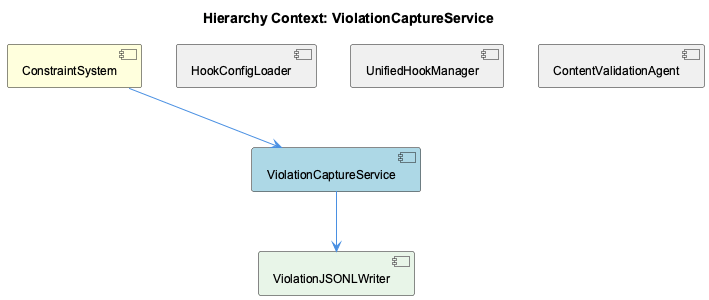
The PlantUML diagram knowledge-management/insights/images/violation-capture-service-relationship.png in fwornle/coding, before a commit.
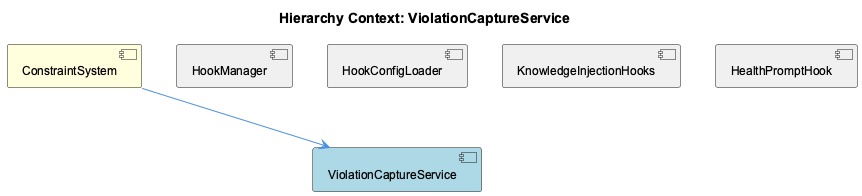
Above is the later version.

What changed in the source:
```diff
@@ -5,15 +5,15 @@
 
 [ConstraintSystem] as constraint_system #FFFFDD
 [ViolationCaptureService] as violation_capture_service #LightBlue
+[HookManager] as hook_manager #F0F0F0
 [HookConfigLoader] as hook_config_loader #F0F0F0
-[UnifiedHookManager] as unified_hook_manager #F0F0F0
-[ContentValidationAgent] as content_validation_agent #F0F0F0
-[ViolationJSONLWriter] as violation_jsonlwriter #E8F5E8
+[KnowledgeInjectionHooks] as knowledge_injection_hooks #F0F0F0
+[HealthPromptHook] as health_prompt_hook #F0F0F0
 
 constraint_system --> violation_capture_service
+hook_manager -[hidden]- violation_capture_service
 hook_config_loader -[hidden]- violation_capture_service
-unified_hook_manager -[hidden]- violation_capture_service
-content_validation_agent -[hidden]- violation_capture_service
-violation_capture_service --> violation_jsonlwriter
+knowledge_injection_hooks -[hidden]- violation_capture_service
+health_prompt_hook -[hidden]- violation_capture_service
 
 @enduml
```
